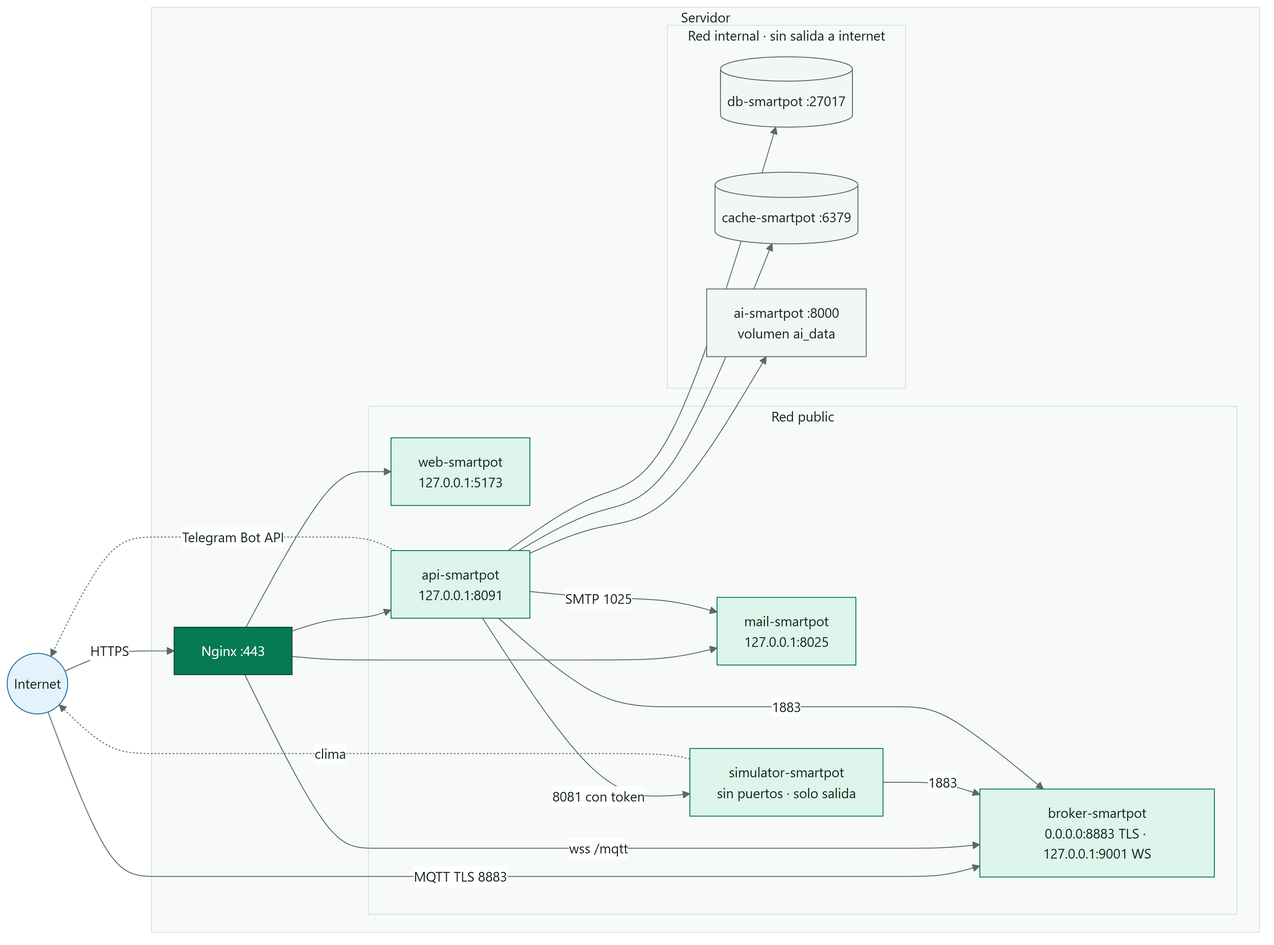
SmartPotTech/.github keeps this Mermaid diagram as docs/diagrams/SmartPot_07_Networks.png. Above is the earlier version. Its source is kept beside it as docs/diagrams/SmartPot_07_Networks.mmd.
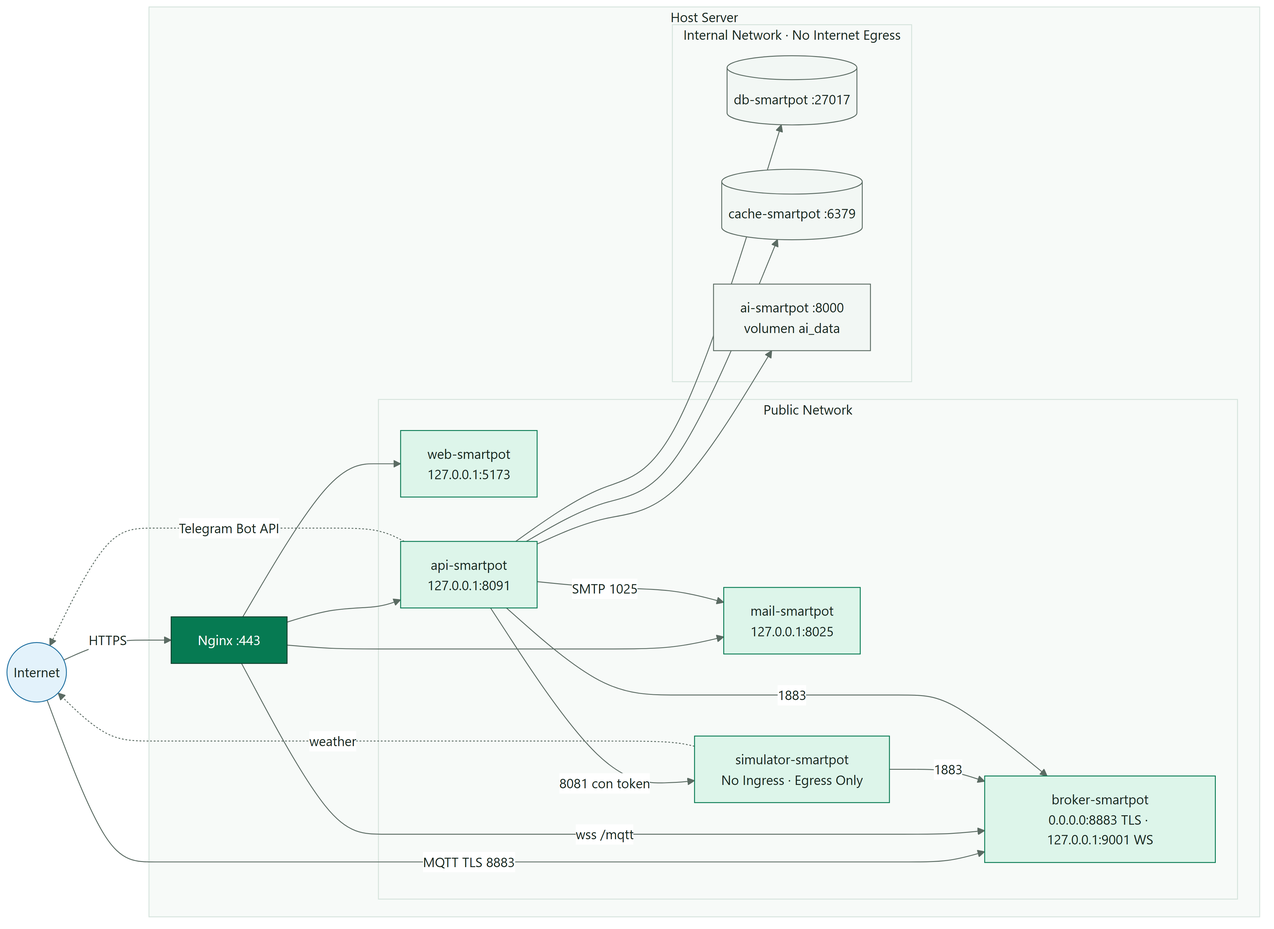
The same diagram one commit later.

The edit, as a diff of the source:
```diff
@@ -1,16 +1,16 @@
 %%{init: {"theme": "base", "fontFamily": "Segoe UI, Arial, sans-serif", "themeVariables": {"fontFamily": "Segoe UI, Arial, sans-serif", "fontSize": "15px", "primaryColor": "#DDF5EA", "primaryTextColor": "#17261F", "primaryBorderColor": "#067A52", "secondaryColor": "#E3F2FB", "secondaryTextColor": "#17261F", "secondaryBorderColor": "#1F6FA0", "tertiaryColor": "#F2F7F4", "tertiaryTextColor": "#17261F", "tertiaryBorderColor": "#D5E3DC", "lineColor": "#5B6B63", "textColor": "#17261F", "mainBkg": "#DDF5EA", "nodeBorder": "#067A52", "clusterBkg": "#F7FAF8", "clusterBorder": "#D5E3DC", "edgeLabelBackground": "#FFFFFF", "actorBkg": "#067A52", "actorBorder": "#0B3D2B", "actorTextColor": "#FFFFFF", "actorLineColor": "#5B6B63", "signalColor": "#17261F", "signalTextColor": "#17261F", "labelBoxBkgColor": "#0B3D2B", "labelBoxBorderColor": "#0B3D2B", "labelTextColor": "#FFFFFF", "loopTextColor": "#0B3D2B", "noteBkgColor": "#FDF4DD", "noteBorderColor": "#C98D12", "noteTextColor": "#17261F", "activationBkgColor": "#DDF5EA", "activationBorderColor": "#067A52", "attributeBackgroundColorOdd": "#FFFFFF", "attributeBackgroundColorEven": "#F2F7F4"}}}%%
 flowchart LR
   internet(("Internet"))
-  subgraph host["Servidor"]
+  subgraph host["Host Server"]
     nginx["Nginx :443"]
-    subgraph public["Red public"]
+    subgraph public["Public Network"]
       web["web-smartpot<br/>127.0.0.1:5173"]
       api["api-smartpot<br/>127.0.0.1:8091"]
       broker["broker-smartpot<br/>0.0.0.0:8883 TLS · 127.0.0.1:9001 WS"]
       mail["mail-smartpot<br/>127.0.0.1:8025"]
-      sim["simulator-smartpot<br/>sin puertos · solo salida"]
+      sim["simulator-smartpot<br/>No Ingress · Egress Only"]
     end
-    subgraph internal["Red internal · sin salida a internet"]
+    subgraph internal["Internal Network · No Internet Egress"]
       db[("db-smartpot :27017")]
       cache[("cache-smartpot :6379")]
       ai["ai-smartpot :8000<br/>volumen ai_data"]
@@ -27,7 +27,7 @@
   api --> ai
   api -->|"8081 con token"| sim
   sim -->|"1883"| broker
-  sim -.->|"clima"| internet
+  sim -.->|"weather"| internet
   api -.->|"Telegram Bot API"| internet
   api -->|"1883"| broker
   api -->|"SMTP 1025"| mail
```
